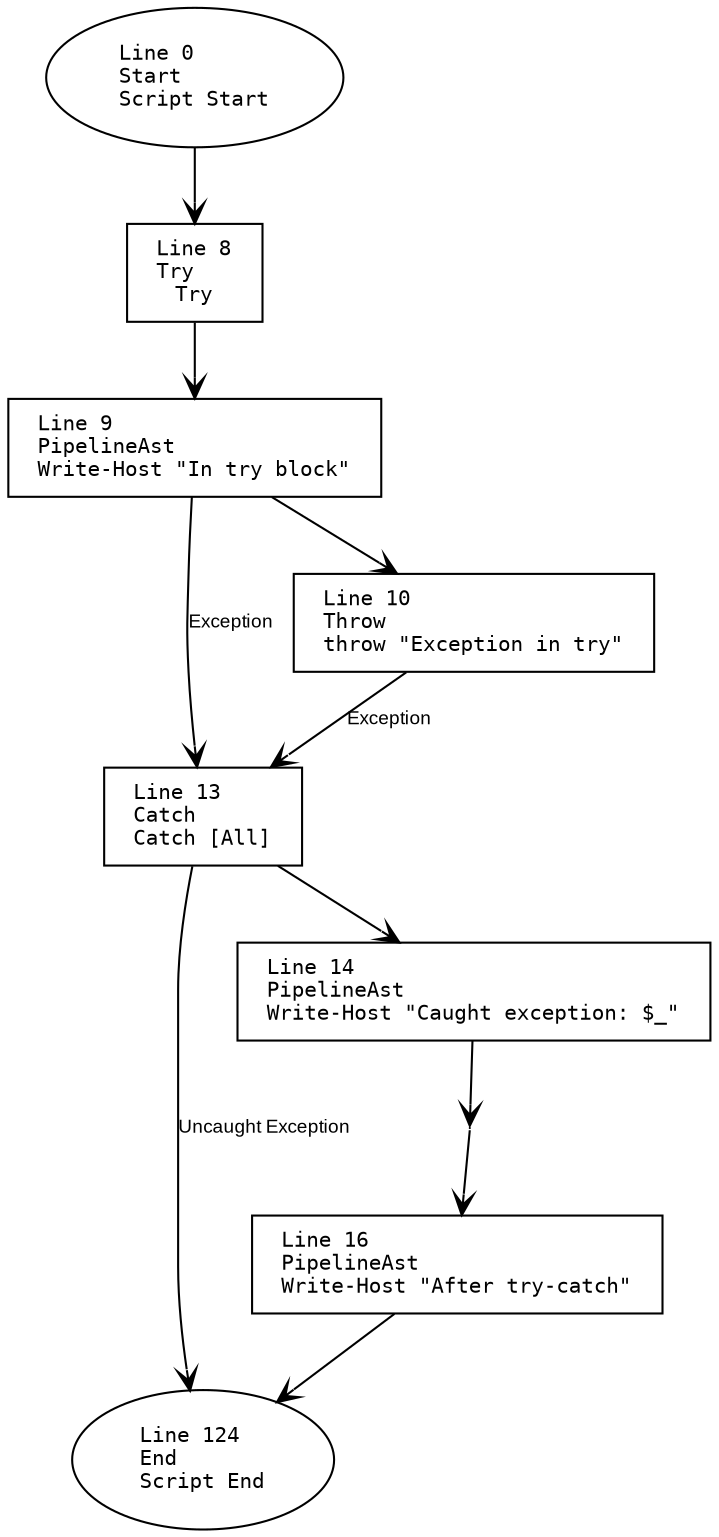
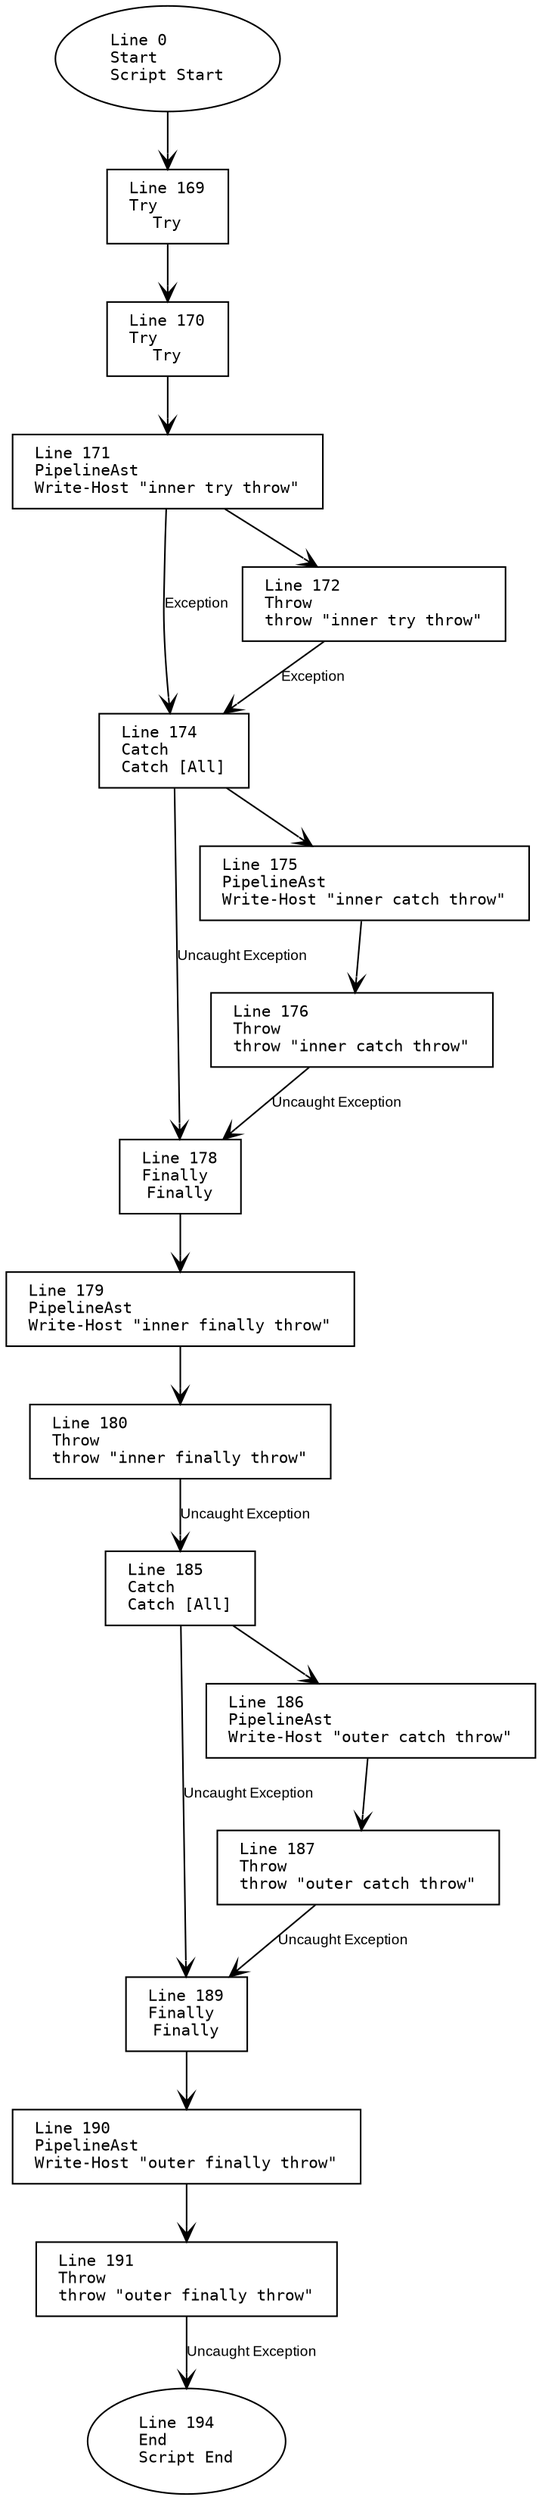
digraph G {
    rankdir=TB;
    node [
        fontname="Consolas"
        shape=box
        width=0
        height=0
        margin="0.2,0.1"
        fontsize=10
    ];
    edge [fontname="Arial", arrowhead=vee, fontsize=9];

    // Nodes
    1 [label="Line 0\lStart\lScript Start", shape=oval];
-     2 [label="Line 124\lEnd\lScript End", shape=oval];
-     3 [label="Line 8\lTry\lTry", shape=box];
-     4 [label="Line 15\lMerge\lTry-End", shape=point];
-     5 [label="Line 13\lCatch\lCatch [All]", shape=box];
-     6 [label="Line 9\lPipelineAst\lWrite-Host \"In try block\"", shape=box];
-     7 [label="Line 10\lThrow\lthrow \"Exception in try\"", shape=box];
-     8 [label="Line 14\lPipelineAst\lWrite-Host \"Caught exception: $_\"", shape=box];
-     9 [label="Line 16\lPipelineAst\lWrite-Host \"After try-catch\"", shape=box];
+     2 [label="Line 194\lEnd\lScript End", shape=oval];
+     3 [label="Line 169\lTry\lTry", shape=box];
+     4 [label="Line 189\lFinally\lFinally", shape=box];
+     5 [label="Line 185\lCatch\lCatch [All]", shape=box];
+     6 [label="Line 170\lTry\lTry", shape=box];
+     7 [label="Line 178\lFinally\lFinally", shape=box];
+     8 [label="Line 174\lCatch\lCatch [All]", shape=box];
+     9 [label="Line 171\lPipelineAst\lWrite-Host \"inner try throw\"", shape=box];
+     10 [label="Line 172\lThrow\lthrow \"inner try throw\"", shape=box];
+     11 [label="Line 175\lPipelineAst\lWrite-Host \"inner catch throw\"", shape=box];
+     12 [label="Line 176\lThrow\lthrow \"inner catch throw\"", shape=box];
+     13 [label="Line 179\lPipelineAst\lWrite-Host \"inner finally throw\"", shape=box];
+     14 [label="Line 180\lThrow\lthrow \"inner finally throw\"", shape=box];
+     15 [label="Line 186\lPipelineAst\lWrite-Host \"outer catch throw\"", shape=box];
+     16 [label="Line 187\lThrow\lthrow \"outer catch throw\"", shape=box];
+     17 [label="Line 190\lPipelineAst\lWrite-Host \"outer finally throw\"", shape=box];
+     18 [label="Line 191\lThrow\lthrow \"outer finally throw\"", shape=box];

    // Edges
    1 -> 3;
    3 -> 6;
-     6 -> 7;
-     6 -> 5 [label="Exception"];
-     7 -> 5 [label="Exception"];
-     5 -> 8;
-     5 -> 2 [label="Uncaught Exception"];
-     8 -> 4;
-     4 -> 9;
-     9 -> 2;
+     6 -> 9;
+     9 -> 10;
+     9 -> 8 [label="Exception"];
+     10 -> 8 [label="Exception"];
+     8 -> 11;
+     11 -> 12;
+     12 -> 7 [label="Uncaught Exception"];
+     8 -> 7 [label="Uncaught Exception"];
+     7 -> 13;
+     13 -> 14;
+     14 -> 5 [label="Uncaught Exception"];
+     5 -> 15;
+     15 -> 16;
+     16 -> 4 [label="Uncaught Exception"];
+     5 -> 4 [label="Uncaught Exception"];
+     4 -> 17;
+     17 -> 18;
+     18 -> 2 [label="Uncaught Exception"];
}